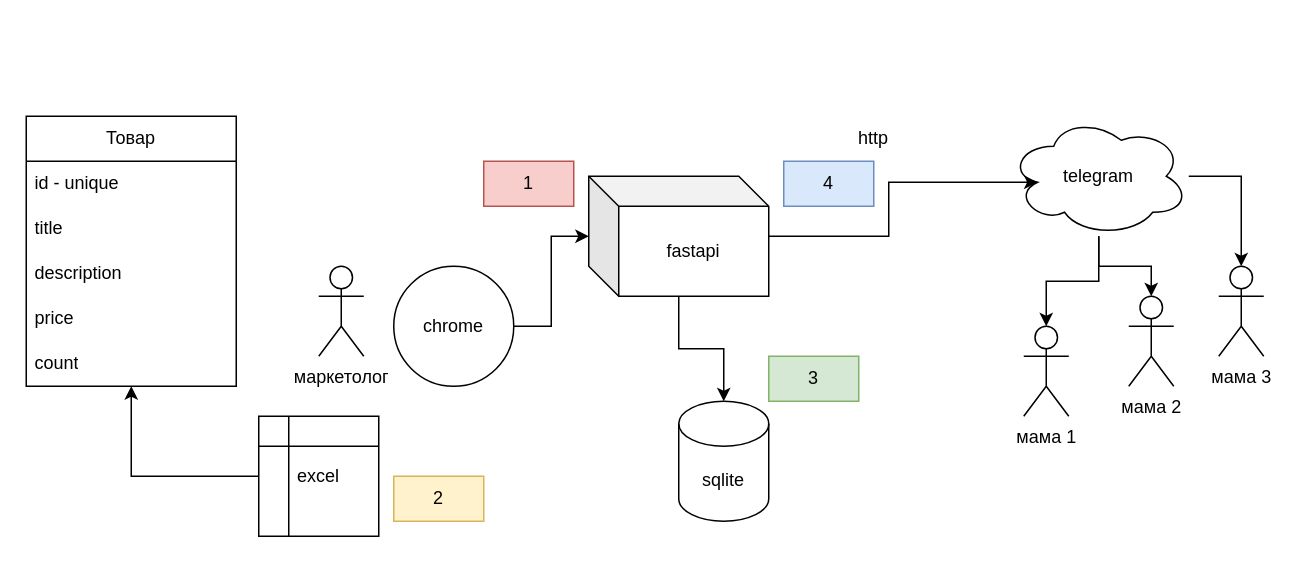
bogdandrienko/PyE-231 keeps this draw.io diagram as projects/6/web_fastapi_api_bot/схема.drawio. Above is the earlier version. Source tidied: cells renumbered, new cells numbered last; positions are measured from the earlier drawing's top-left corner, leaving out a move shared by most shapes. Both pictures are drawn from the tidied source at 150%, with x=0, y=0 at pixel (26, 116).
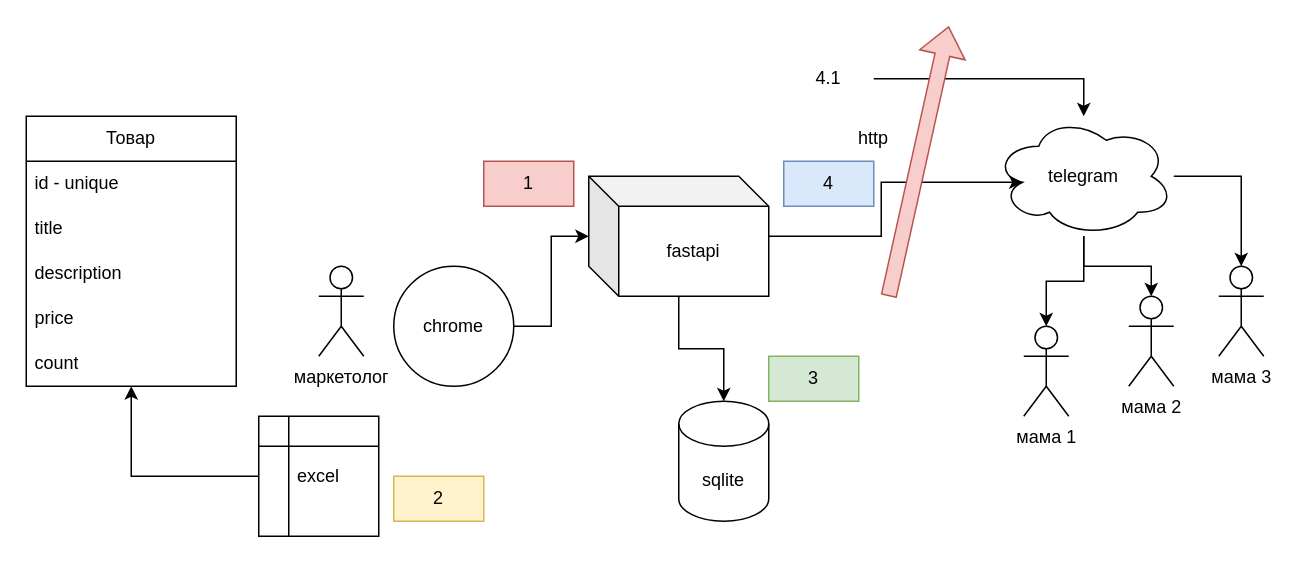
The same page after the edit.

Diff of the diagram source:
```diff
@@
     <mxCell id="19" value="telegram" style="ellipse;shape=cloud;whiteSpace=wrap;html=1;" parent="1" vertex="1">
-      <mxGeometry x="655" width="120" height="80" as="geometry" />
+      <mxGeometry x="645" width="120" height="80" as="geometry" />
     </mxCell>
@@
+    <mxCell id="29" style="edgeStyle=orthogonalEdgeStyle;rounded=0;jettySize=auto;html=1;" parent="1" edge="1" source="30" target="19">
+      <mxGeometry relative="1" as="geometry" />
+    </mxCell>
+    <mxCell id="30" value="4.1" style="text;html=1;strokeColor=none;fillColor=none;align=center;verticalAlign=middle;whiteSpace=wrap;rounded=0;" parent="1" vertex="1">
+      <mxGeometry x="505" y="-40" width="60" height="30" as="geometry" />
+    </mxCell>
+    <mxCell id="31" style="shape=flexArrow;endArrow=classic;html=1;rounded=0;fillColor=#f8cecc;strokeColor=#b85450;" parent="1" edge="1">
+      <mxGeometry relative="1" as="geometry">
+        <mxPoint x="575" y="120" as="sourcePoint" />
+        <mxPoint x="615" y="-60" as="targetPoint" />
+      </mxGeometry>
+    </mxCell>
```
